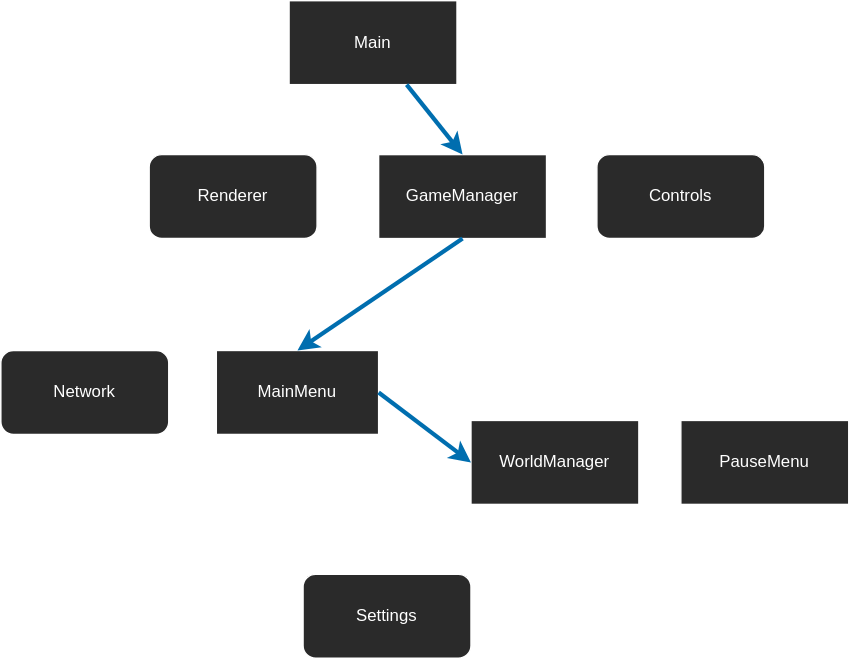
The draw.io diagram pics/project-arch.drawio.svg in hammerill/Sand-Box2D, before a commit. Source tidied: cells renumbered, new cells last; positions are measured from the earlier drawing's top-left corner, leaving out a move shared by most shapes.
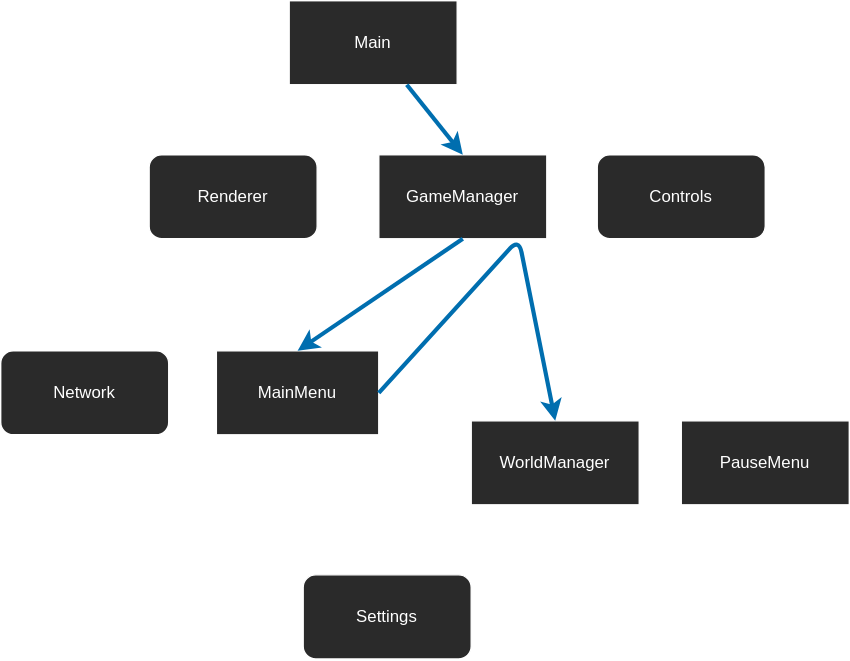
The same diagram one commit later.

Change to the diagram source:
```diff
@@ -23,7 +23,7 @@
     <mxCell id="8" style="edgeStyle=none;html=1;entryX=0.318;entryY=1.02;entryDx=0;entryDy=0;entryPerimeter=0;strokeColor=#FFFFFF;" parent="1" edge="1" source="12" target="7">
       <mxGeometry relative="1" as="geometry" />
     </mxCell>
-    <mxCell id="9" style="edgeStyle=none;html=1;exitX=1;exitY=0;exitDx=0;exitDy=0;entryX=0.033;entryY=0.833;entryDx=0;entryDy=0;entryPerimeter=0;strokeColor=#FFFFFF;" parent="1" edge="1" source="12" target="13">
+    <mxCell id="9" style="edgeStyle=none;html=1;exitX=1;exitY=0;exitDx=0;exitDy=0;entryX=0;entryY=0.75;entryDx=0;entryDy=0;strokeColor=#FFFFFF;" parent="1" edge="1" source="12" target="13">
       <mxGeometry relative="1" as="geometry" />
     </mxCell>
     <mxCell id="10" style="edgeStyle=none;html=1;entryX=1;entryY=0.5;entryDx=0;entryDy=0;strokeColor=#FFFFFF;" parent="1" edge="1" source="12" target="14">
@@ -74,8 +74,12 @@
     <mxCell id="25" style="edgeStyle=none;html=1;exitX=0.5;exitY=1;exitDx=0;exitDy=0;entryX=0.5;entryY=0;entryDx=0;entryDy=0;strokeWidth=3;fillColor=#1ba1e2;strokeColor=#006EAF;" parent="1" edge="1" source="6" target="12">
       <mxGeometry relative="1" as="geometry" />
     </mxCell>
-    <mxCell id="26" style="edgeStyle=none;html=1;exitX=1;exitY=0.5;exitDx=0;exitDy=0;entryX=0;entryY=0.5;entryDx=0;entryDy=0;strokeWidth=3;fillColor=#1ba1e2;strokeColor=#006EAF;" parent="1" edge="1" source="12" target="18">
-      <mxGeometry relative="1" as="geometry" />
+    <mxCell id="26" style="edgeStyle=none;html=1;exitX=1;exitY=0.5;exitDx=0;exitDy=0;entryX=0.5;entryY=0;entryDx=0;entryDy=0;strokeWidth=3;fillColor=#1ba1e2;strokeColor=#006EAF;" parent="1" edge="1" source="12" target="18">
+      <mxGeometry relative="1" as="geometry">
+        <Array as="points">
+          <mxPoint x="370" y="170" />
+        </Array>
+      </mxGeometry>
     </mxCell>
   </root>
 </mxGraphModel>
```
